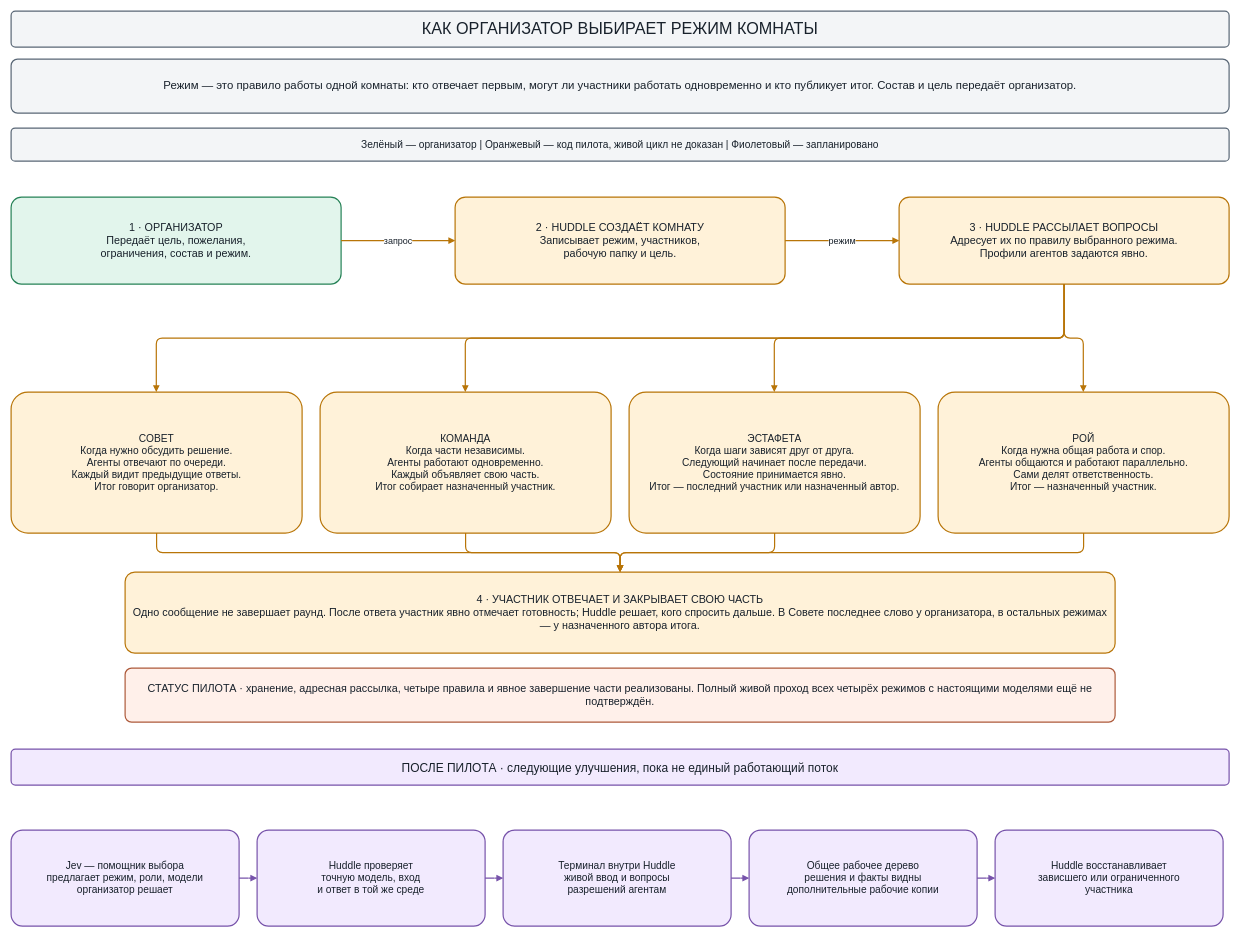
Before: page "2 · Четыре режима и развитие" (2 of 2) of research/huddle-flow-20260923.drawio in kolotovalexander/mcp-huddle, a draw.io diagram. Source tidied: cells renumbered, new cells numbered last; positions are measured from the earlier drawing's top-left corner, leaving out a move shared by most shapes. Both pictures are drawn from the tidied source at 60%, with x=0, y=0 at pixel (11, 11).
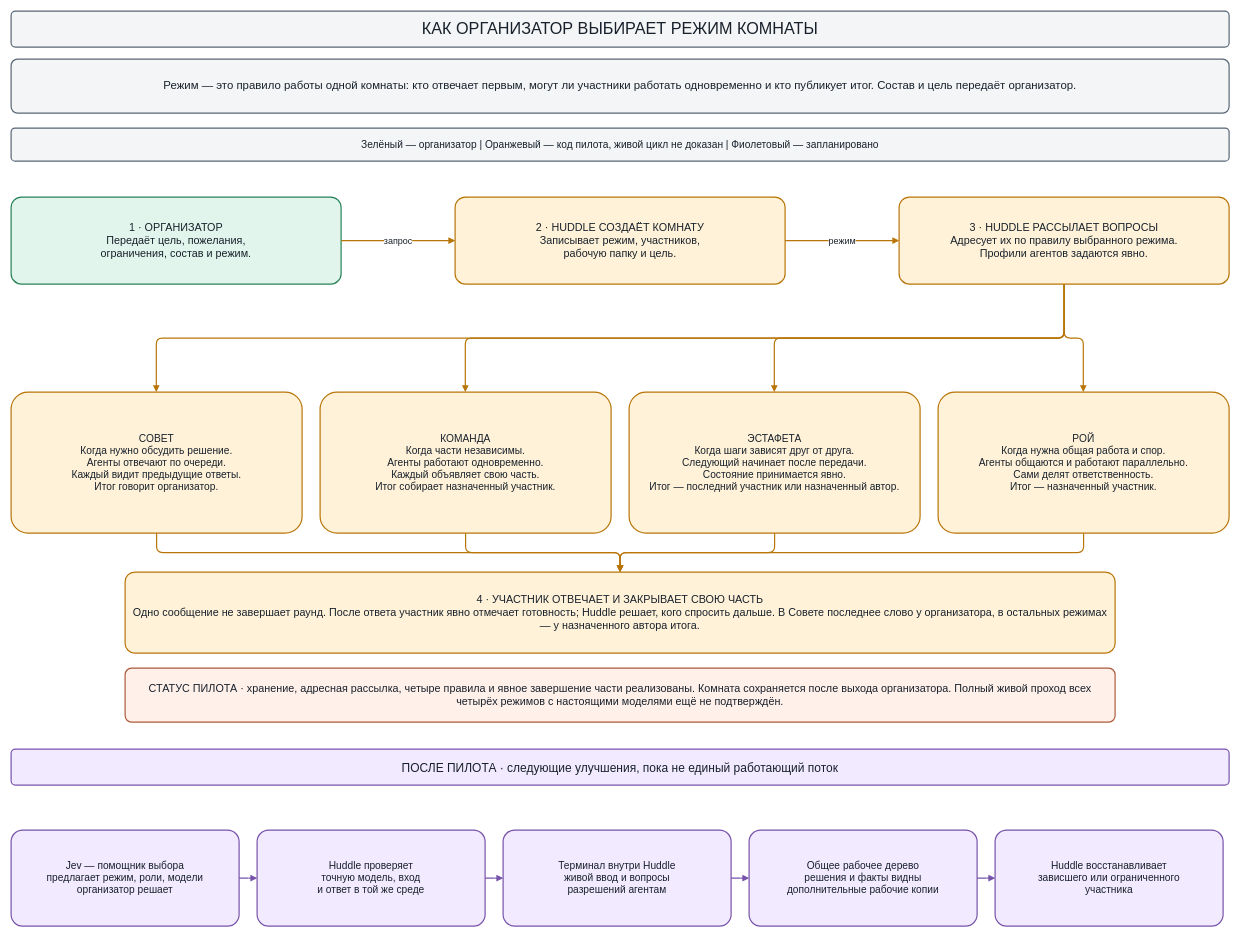
Above is the later version.

The edit, as a diff of the source:
```diff
@@
-    <mxCell id="23" value="СТАТУС ПИЛОТА · хранение, адресная рассылка, четыре правила и явное завершение части реализованы. Полный живой проход всех четырёх режимов с настоящими моделями ещё не подтверждён." style="rounded=1;arcSize=12;whiteSpace=wrap;html=1;fillColor=#FFF0EA;strokeColor=#AD5A3B;strokeWidth=2;fontColor=#18212B;fontSize=18;fontFamily=Arial;align=center;verticalAlign=middle;spacing=12;" parent="1" vertex="1">
+    <mxCell id="23" value="СТАТУС ПИЛОТА · хранение, адресная рассылка, четыре правила и явное завершение части реализованы. Комната сохраняется после выхода организатора. Полный живой проход всех четырёх режимов с настоящими моделями ещё не подтверждён." style="rounded=1;arcSize=12;whiteSpace=wrap;html=1;fillColor=#FFF0EA;strokeColor=#AD5A3B;strokeWidth=2;fontColor=#18212B;fontSize=18;fontFamily=Arial;align=center;verticalAlign=middle;spacing=12;" parent="1" vertex="1">
       <mxGeometry x="190" y="1095" width="1650" height="90" as="geometry" />
     </mxCell>
```
